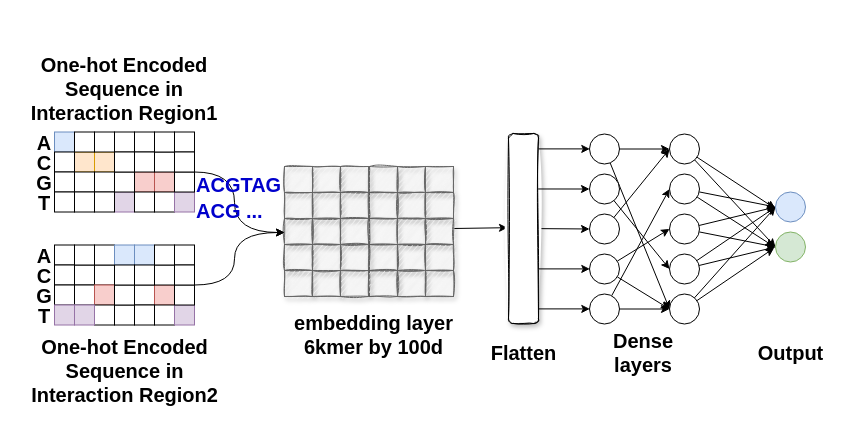
Above: onehot_embedding_dense.drawio in NaiveTom/draw.io (draw.io), before the change. Source tidied: cells renumbered, new cells numbered last; positions are measured from the earlier drawing's top-left corner, leaving out a move shared by most shapes. Both pictures are drawn from the tidied source at 100%, with x=0, y=0 at pixel (16, 78).
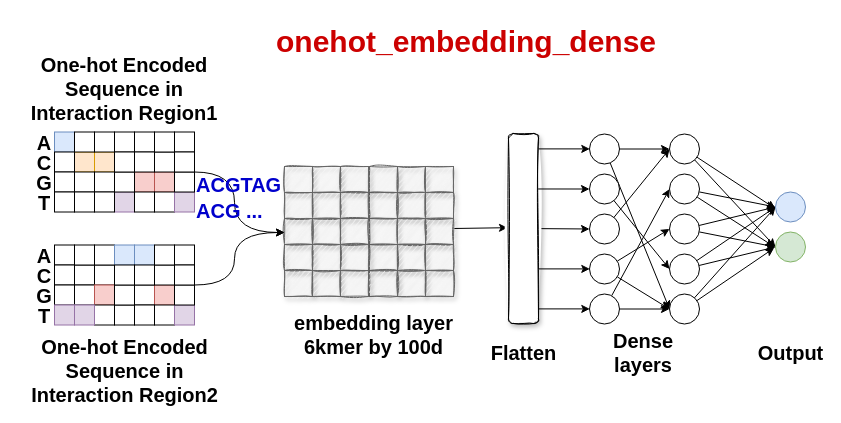
After the change.

The edit, as a diff of the source:
```diff
@@
+    <mxCell id="145" value="onehot_embedding_dense" style="text;whiteSpace=wrap;html=1;fontSize=30;fontStyle=1;fontColor=#CC0000;" parent="1" vertex="1">
+      <mxGeometry x="258" y="-61" width="441" height="40" as="geometry" />
+    </mxCell>
```
